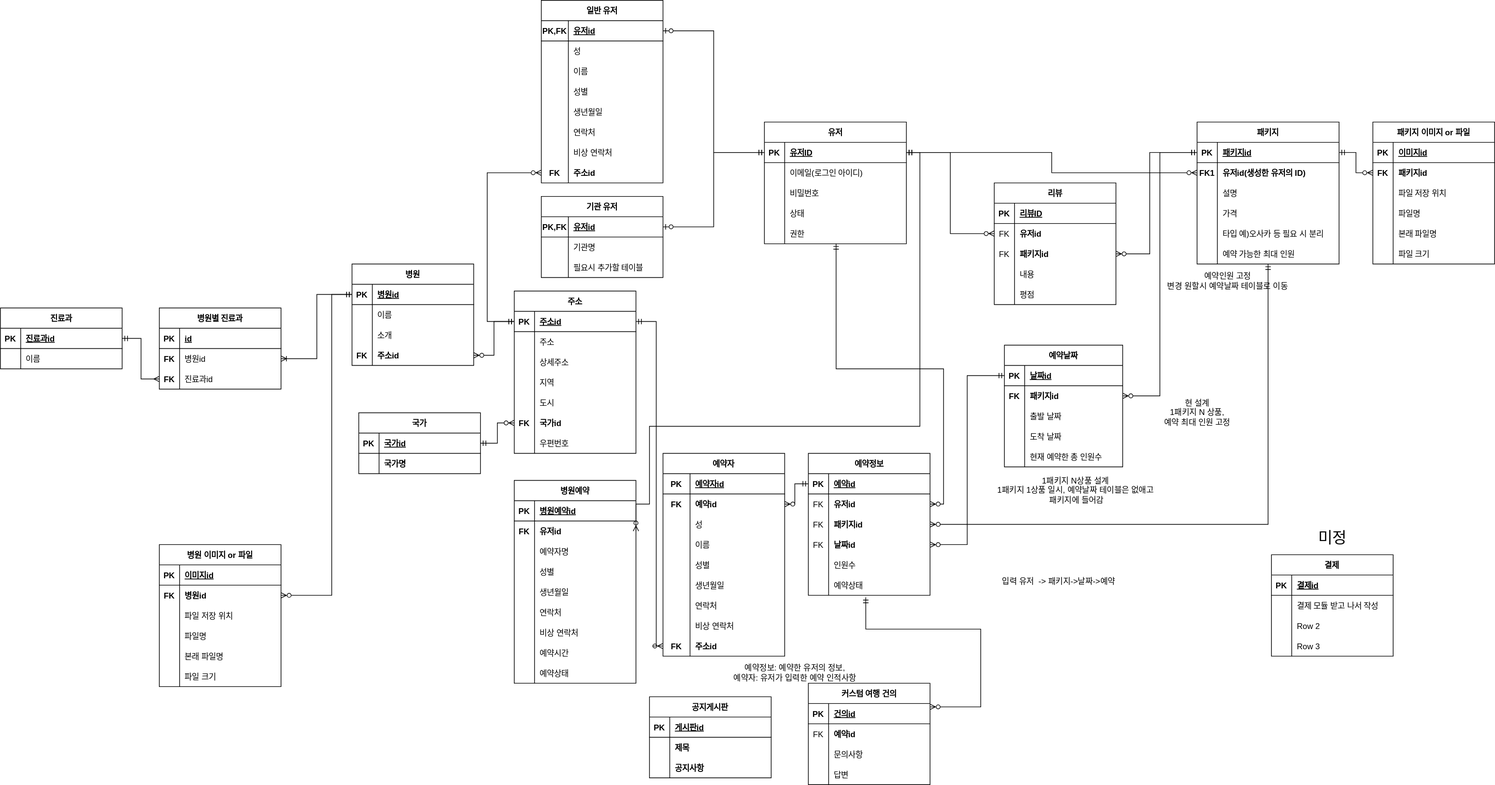
This is project-erd-2022-04-26.svg from 9hero/health-care-traveler, a draw.io export, as it was before one commit. Source tidied: cells renumbered, new cells last; positions are measured from the earlier drawing's top-left corner, leaving out a move shared by most shapes.
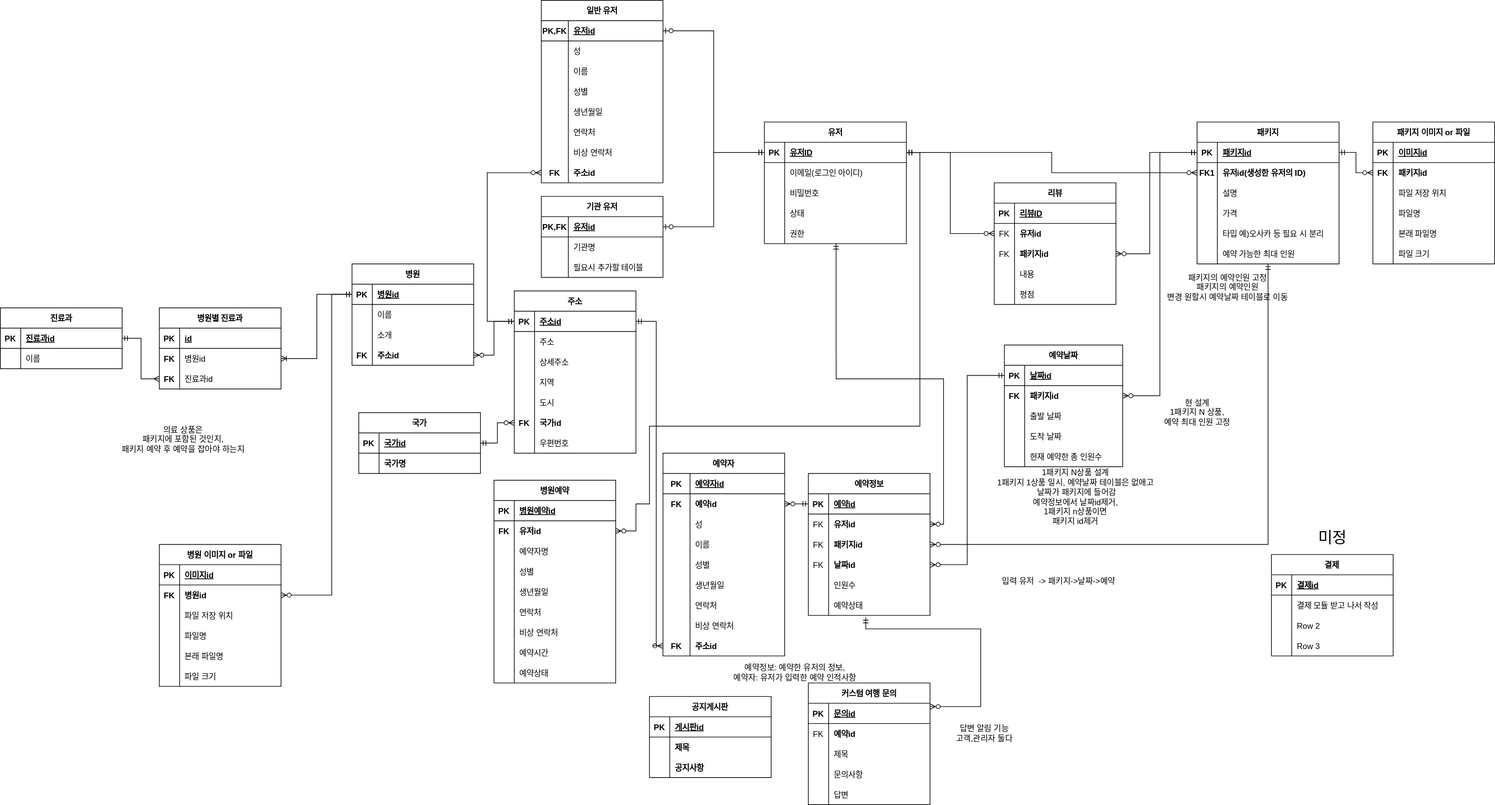
After the change.

Change to the diagram source:
```diff
@@ -177,7 +177,7 @@
       </mxGeometry>
     </mxCell>
     <mxCell id="58" value="예약정보" style="shape=table;startSize=30;rowLines=0;fontStyle=1;align=center;" parent="1" vertex="1">
-      <mxGeometry x="1195" y="670" width="180" height="210" as="geometry" />
+      <mxGeometry x="1195" y="700" width="180" height="210" as="geometry" />
     </mxCell>
     <mxCell id="59" style="shape=tableRow;horizontal=0;startSize=0;swimlaneHead=0;swimlaneBody=0;fillColor=none;points=[[0,0.5],[1,0.5]];portConstraint=eastwest;top=0;left=0;right=0;bottom=1;" parent="58" vertex="1">
       <mxGeometry y="30" width="180" height="30" as="geometry" />
@@ -613,7 +613,7 @@
       <mxGeometry relative="1" as="geometry" />
     </mxCell>
     <mxCell id="202" value="병원예약" style="shape=table;startSize=30;rowLines=0;fontStyle=1;align=center;" parent="1" vertex="1">
-      <mxGeometry x="760" y="710" width="180" height="300" as="geometry" />
+      <mxGeometry x="730" y="710" width="180" height="300" as="geometry" />
     </mxCell>
     <mxCell id="203" style="shape=tableRow;horizontal=0;startSize=0;swimlaneHead=0;swimlaneBody=0;fillColor=none;top=0;left=0;right=0;bottom=1;" parent="202" vertex="1">
       <mxGeometry y="30" width="180" height="30" as="geometry" />
@@ -696,8 +696,8 @@
     <mxCell id="229" value="예약상태" style="shape=partialRectangle;fillColor=none;top=0;left=0;bottom=0;right=0;align=left;spacingLeft=6;overflow=hidden;" parent="227" vertex="1">
       <mxGeometry x="30" width="150" height="30" as="geometry" />
     </mxCell>
-    <mxCell id="230" value="커스텀 여행 건의" style="shape=table;startSize=30;rowLines=0;fontStyle=1;align=center;" parent="1" vertex="1">
-      <mxGeometry x="1195" y="1010" width="180" height="150" as="geometry" />
+    <mxCell id="230" value="커스텀 여행 문의" style="shape=table;startSize=30;rowLines=0;fontStyle=1;align=center;" parent="1" vertex="1">
+      <mxGeometry x="1195" y="1010" width="180" height="180" as="geometry" />
     </mxCell>
     <mxCell id="231" style="shape=tableRow;horizontal=0;startSize=0;swimlaneHead=0;swimlaneBody=0;fillColor=none;top=0;left=0;right=0;bottom=1;" parent="230" vertex="1">
       <mxGeometry y="30" width="180" height="30" as="geometry" />
@@ -705,7 +705,7 @@
     <mxCell id="232" value="PK" style="shape=partialRectangle;fillColor=none;top=0;left=0;bottom=0;right=0;fontStyle=1;overflow=hidden;" parent="231" vertex="1">
       <mxGeometry width="30" height="30" as="geometry" />
     </mxCell>
-    <mxCell id="233" value="건의id" style="shape=partialRectangle;fillColor=none;top=0;left=0;bottom=0;right=0;align=left;spacingLeft=6;fontStyle=5;overflow=hidden;" parent="231" vertex="1">
+    <mxCell id="233" value="문의id" style="shape=partialRectangle;fillColor=none;top=0;left=0;bottom=0;right=0;align=left;spacingLeft=6;fontStyle=5;overflow=hidden;" parent="231" vertex="1">
       <mxGeometry x="30" width="150" height="30" as="geometry" />
     </mxCell>
     <mxCell id="234" style="shape=tableRow;horizontal=0;startSize=0;swimlaneHead=0;swimlaneBody=0;fillColor=none;top=0;left=0;right=0;bottom=0;fontStyle=1;" parent="230" vertex="1">
@@ -717,8 +717,17 @@
     <mxCell id="236" value="예약id" style="shape=partialRectangle;fillColor=none;top=0;left=0;bottom=0;right=0;align=left;spacingLeft=6;overflow=hidden;fontStyle=1;" parent="234" vertex="1">
       <mxGeometry x="30" width="150" height="30" as="geometry" />
     </mxCell>
+    <mxCell id="338" style="shape=tableRow;horizontal=0;startSize=0;swimlaneHead=0;swimlaneBody=0;fillColor=none;top=0;left=0;right=0;bottom=0;" parent="230" vertex="1">
+      <mxGeometry y="90" width="180" height="30" as="geometry" />
+    </mxCell>
+    <mxCell id="339" style="shape=partialRectangle;fillColor=none;top=0;left=0;bottom=0;right=0;overflow=hidden;" parent="338" vertex="1">
+      <mxGeometry width="30" height="30" as="geometry" />
+    </mxCell>
+    <mxCell id="340" value="제목" style="shape=partialRectangle;fillColor=none;top=0;left=0;bottom=0;right=0;align=left;spacingLeft=6;overflow=hidden;" parent="338" vertex="1">
+      <mxGeometry x="30" width="150" height="30" as="geometry" />
+    </mxCell>
     <mxCell id="237" style="shape=tableRow;horizontal=0;startSize=0;swimlaneHead=0;swimlaneBody=0;fillColor=none;top=0;left=0;right=0;bottom=0;" parent="230" vertex="1">
-      <mxGeometry y="90" width="180" height="30" as="geometry" />
+      <mxGeometry y="120" width="180" height="30" as="geometry" />
     </mxCell>
     <mxCell id="238" style="shape=partialRectangle;fillColor=none;top=0;left=0;bottom=0;right=0;overflow=hidden;" parent="237" vertex="1">
       <mxGeometry width="30" height="30" as="geometry" />
@@ -727,7 +736,7 @@
       <mxGeometry x="30" width="150" height="30" as="geometry" />
     </mxCell>
     <mxCell id="240" style="shape=tableRow;horizontal=0;startSize=0;swimlaneHead=0;swimlaneBody=0;fillColor=none;top=0;left=0;right=0;bottom=0;" parent="230" vertex="1">
-      <mxGeometry y="120" width="180" height="30" as="geometry" />
+      <mxGeometry y="150" width="180" height="30" as="geometry" />
     </mxCell>
     <mxCell id="241" style="shape=partialRectangle;fillColor=none;top=0;left=0;bottom=0;right=0;overflow=hidden;" parent="240" vertex="1">
       <mxGeometry width="30" height="30" as="geometry" />
@@ -913,6 +922,8 @@
           <mxPoint x="1360" y="630" />
           <mxPoint x="960" y="630" />
           <mxPoint x="960" y="745" />
+          <mxPoint x="940" y="745" />
+          <mxPoint x="940" y="785" />
         </Array>
       </mxGeometry>
     </mxCell>
@@ -1032,14 +1043,20 @@
     <mxCell id="334" style="rounded=0;jettySize=auto;html=1;exitX=1;exitY=0.5;exitDx=0;exitDy=0;entryX=0;entryY=0.5;entryDx=0;entryDy=0;startArrow=ERmandOne;startFill=0;endArrow=ERzeroToMany;endFill=0;edgeStyle=orthogonalEdgeStyle;" parent="1" edge="1" source="41" target="8">
       <mxGeometry relative="1" as="geometry" />
     </mxCell>
-    <mxCell id="335" value="예약인원 고정&lt;br&gt;변경 원할시 예약날짜 테이블로 이동&lt;br&gt;" style="text;html=1;align=center;verticalAlign=middle;strokeColor=none;fillColor=none;" parent="1" vertex="1">
-      <mxGeometry x="1710" y="400" width="210" height="30" as="geometry" />
+    <mxCell id="335" value="패키지의 예약인원 고정&lt;br&gt;패키지의 예약인원&lt;br&gt;변경 원할시 예약날짜 테이블로 이동" style="text;html=1;align=center;verticalAlign=middle;strokeColor=none;fillColor=none;" parent="1" vertex="1">
+      <mxGeometry x="1710" y="400" width="210" height="50" as="geometry" />
     </mxCell>
-    <mxCell id="336" value="1패키지 N상품 설계&lt;br&gt;1패키지 1상품 일시, 예약날짜 테이블은 없애고&lt;br&gt;&amp;nbsp;패키지에 들어감" style="text;html=1;align=center;verticalAlign=middle;strokeColor=none;fillColor=none;" parent="1" vertex="1">
-      <mxGeometry x="1460" y="700" width="260" height="50" as="geometry" />
+    <mxCell id="336" value="1패키지 N상품 설계&lt;br&gt;1패키지 1상품 일시, 예약날짜 테이블은 없애고&lt;br&gt;&amp;nbsp;날짜가 패키지에 들어감&lt;br&gt;예약정보에서 날짜id제거,&lt;br&gt;1패키지 n상품이면&lt;br&gt;패키지 id제거" style="text;html=1;align=center;verticalAlign=middle;strokeColor=none;fillColor=none;" parent="1" vertex="1">
+      <mxGeometry x="1460" y="690" width="260" height="90" as="geometry" />
     </mxCell>
     <mxCell id="337" value="현 설계&lt;br&gt;1패키지 N 상품,&lt;br&gt;예약 최대 인원 고정" style="text;html=1;align=center;verticalAlign=middle;strokeColor=none;fillColor=none;" parent="1" vertex="1">
       <mxGeometry x="1710" y="585" width="120" height="50" as="geometry" />
     </mxCell>
+    <mxCell id="341" value="의료 상품은&lt;br&gt;패키지에 포함된 것인지,&lt;br&gt;패키지 예약 후 예약을 잡아야 하는지" style="text;html=1;align=center;verticalAlign=middle;strokeColor=none;fillColor=none;" parent="1" vertex="1">
+      <mxGeometry x="165" y="625" width="210" height="50" as="geometry" />
+    </mxCell>
+    <mxCell id="342" value="답변 알림 기능&lt;br&gt;고객,관리자 둘다" style="text;html=1;align=center;verticalAlign=middle;strokeColor=none;fillColor=none;" parent="1" vertex="1">
+      <mxGeometry x="1400" y="1070" width="110" height="30" as="geometry" />
+    </mxCell>
   </root>
 </mxGraphModel>
```
